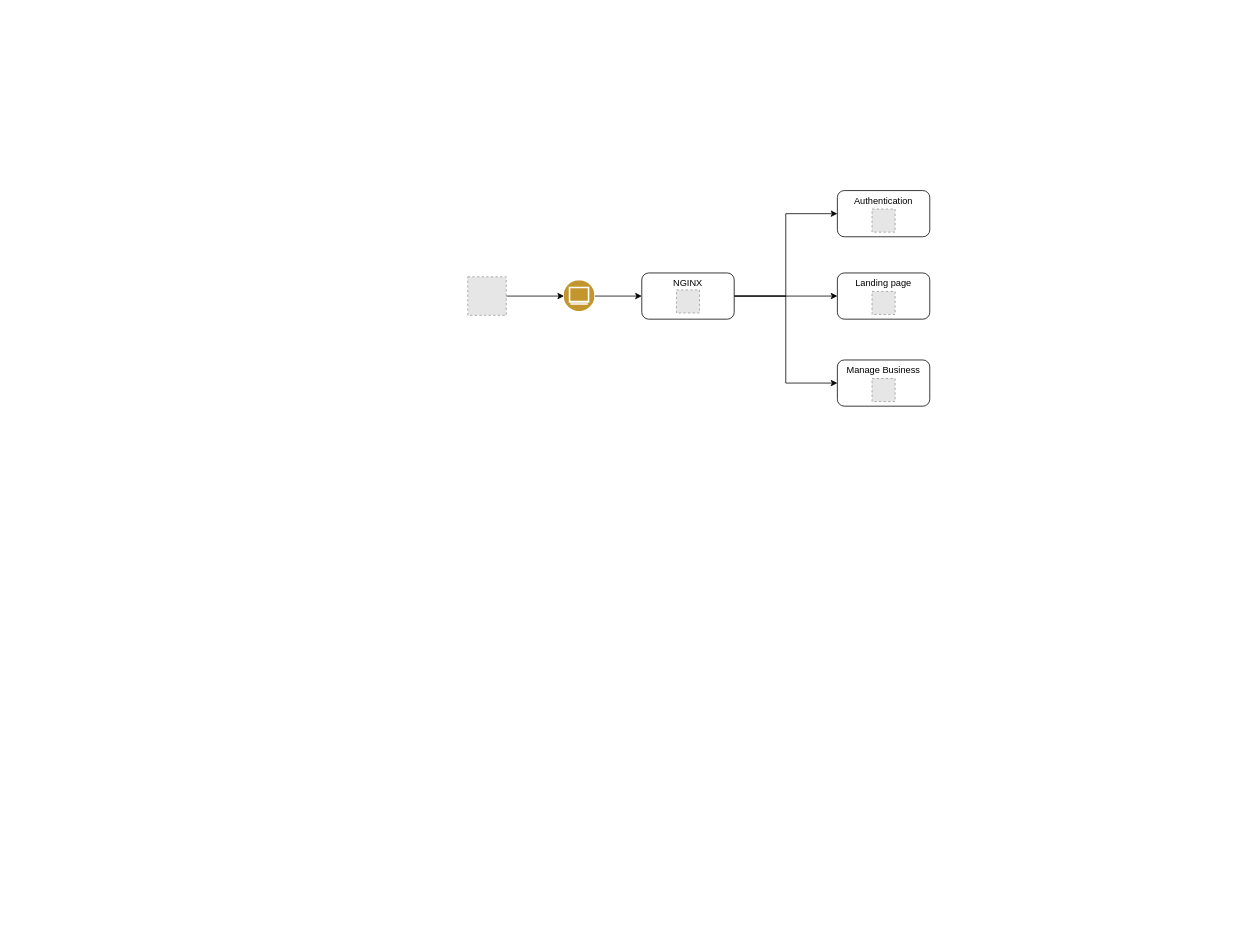
Before: ffc-ffd.drawio in DEFRA/ffc-diagrams, a draw.io diagram. Source tidied: cells renumbered, new cells numbered last; positions are measured from the earlier drawing's top-left corner, leaving out a move shared by most shapes. Both pictures are drawn from the tidied source at 77%, with x=0, y=0 at pixel (467, 190). Pictures stored in the file or linked from it are replaced by grey dashed boxes.
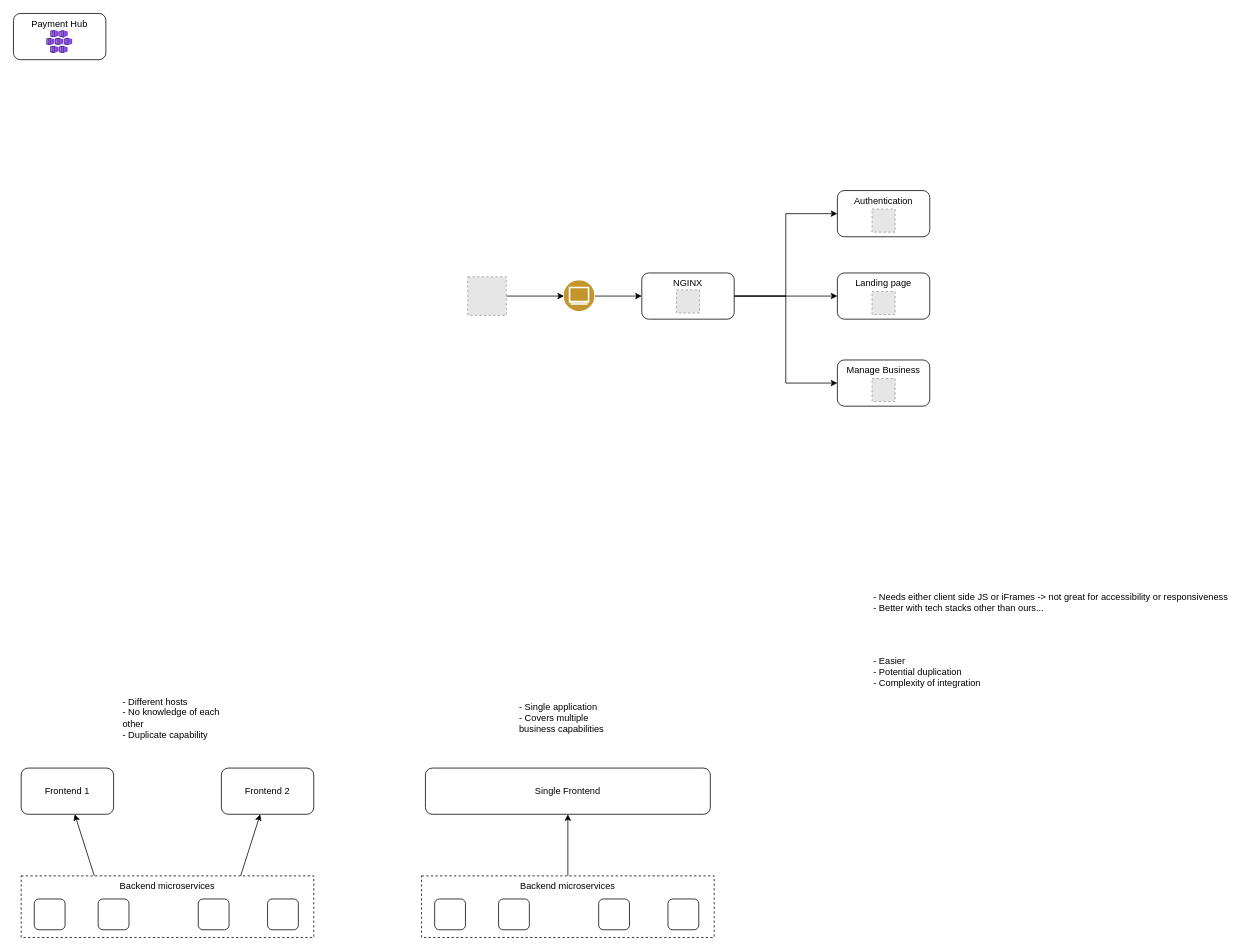
The same diagram, later.

What changed in the source:
```diff
@@
+    <mxCell id="17" value="Backend microservices" style="rounded=0;whiteSpace=wrap;html=1;verticalAlign=top;dashed=1;" parent="1" vertex="1">
+      <mxGeometry x="-580" y="890" width="380" height="80" as="geometry" />
+    </mxCell>
@@
+    <mxCell id="18" value="Payment Hub" style="rounded=1;whiteSpace=wrap;html=1;verticalAlign=top;" parent="1" vertex="1">
+      <mxGeometry x="-590" y="-230" width="120" height="60" as="geometry" />
+    </mxCell>
+    <mxCell id="19" style="image;html=1;align=center;fontSize=12;image=img/lib/azure2/compute/Kubernetes_Services.svg;" parent="1" vertex="1">
+      <mxGeometry x="-547" y="-208" width="34" height="30" as="geometry" />
+    </mxCell>
+    <mxCell id="20" value="Frontend 1" style="rounded=1;whiteSpace=wrap;html=1;" parent="1" vertex="1">
+      <mxGeometry x="-580" y="750" width="120" height="60" as="geometry" />
+    </mxCell>
+    <mxCell id="21" value="Frontend 2" style="rounded=1;whiteSpace=wrap;html=1;" parent="1" vertex="1">
+      <mxGeometry x="-320" y="750" width="120" height="60" as="geometry" />
+    </mxCell>
+    <mxCell id="22" style="rounded=1;whiteSpace=wrap;html=1;" parent="1" vertex="1">
+      <mxGeometry x="-563" y="920" width="40" height="40" as="geometry" />
+    </mxCell>
+    <mxCell id="23" style="rounded=1;whiteSpace=wrap;html=1;" parent="1" vertex="1">
+      <mxGeometry x="-480" y="920" width="40" height="40" as="geometry" />
+    </mxCell>
+    <mxCell id="24" style="rounded=1;whiteSpace=wrap;html=1;" parent="1" vertex="1">
+      <mxGeometry x="-350" y="920" width="40" height="40" as="geometry" />
+    </mxCell>
+    <mxCell id="25" style="rounded=1;whiteSpace=wrap;html=1;" parent="1" vertex="1">
+      <mxGeometry x="-260" y="920" width="40" height="40" as="geometry" />
+    </mxCell>
+    <mxCell id="26" style="endArrow=classic;html=1;rounded=0;exitX=0.75;exitY=0;exitDx=0;exitDy=0;" parent="1" edge="1" source="17" target="21">
+      <mxGeometry relative="1" as="geometry" />
+    </mxCell>
+    <mxCell id="27" style="endArrow=classic;html=1;rounded=0;exitX=0.25;exitY=0;exitDx=0;exitDy=0;" parent="1" edge="1" source="17" target="20">
+      <mxGeometry relative="1" as="geometry" />
+    </mxCell>
+    <mxCell id="28" value="- Different hosts&lt;br&gt;- No knowledge of each other&lt;br&gt;- Duplicate capability" style="text;html=1;strokeColor=none;fillColor=none;align=left;verticalAlign=middle;whiteSpace=wrap;rounded=0;" parent="1" vertex="1">
+      <mxGeometry x="-450" y="670" width="130" height="30" as="geometry" />
+    </mxCell>
+    <mxCell id="29" style="edgeStyle=orthogonalEdgeStyle;rounded=0;jettySize=auto;html=1;" parent="1" edge="1" source="30" target="31">
+      <mxGeometry relative="1" as="geometry" />
+    </mxCell>
+    <mxCell id="30" value="Backend microservices" style="rounded=0;whiteSpace=wrap;html=1;verticalAlign=top;dashed=1;" parent="1" vertex="1">
+      <mxGeometry x="-60" y="890" width="380" height="80" as="geometry" />
+    </mxCell>
+    <mxCell id="31" value="Single Frontend" style="rounded=1;whiteSpace=wrap;html=1;" parent="1" vertex="1">
+      <mxGeometry x="-55" y="750" width="370" height="60" as="geometry" />
+    </mxCell>
+    <mxCell id="32" style="rounded=1;whiteSpace=wrap;html=1;" parent="1" vertex="1">
+      <mxGeometry x="-43" y="920" width="40" height="40" as="geometry" />
+    </mxCell>
+    <mxCell id="33" style="rounded=1;whiteSpace=wrap;html=1;" parent="1" vertex="1">
+      <mxGeometry x="40" y="920" width="40" height="40" as="geometry" />
+    </mxCell>
+    <mxCell id="34" style="rounded=1;whiteSpace=wrap;html=1;" parent="1" vertex="1">
+      <mxGeometry x="170" y="920" width="40" height="40" as="geometry" />
+    </mxCell>
+    <mxCell id="35" style="rounded=1;whiteSpace=wrap;html=1;" parent="1" vertex="1">
+      <mxGeometry x="260" y="920" width="40" height="40" as="geometry" />
+    </mxCell>
+    <mxCell id="36" value="- Single application&lt;br&gt;- Covers multiple business capabilities" style="text;html=1;strokeColor=none;fillColor=none;align=left;verticalAlign=middle;whiteSpace=wrap;rounded=0;" parent="1" vertex="1">
+      <mxGeometry x="65" y="670" width="130" height="30" as="geometry" />
+    </mxCell>
+    <mxCell id="37" value="- Needs either client side JS or iFrames -&amp;gt; not great for accessibility or responsiveness&lt;br&gt;- Better with tech stacks other than ours..." style="text;html=1;strokeColor=none;fillColor=none;align=left;verticalAlign=middle;whiteSpace=wrap;rounded=0;" parent="1" vertex="1">
+      <mxGeometry x="525" y="520" width="475" height="30" as="geometry" />
+    </mxCell>
+    <mxCell id="38" value="- Easier&lt;br&gt;- Potential duplication&lt;br&gt;- Complexity of integration" style="text;html=1;strokeColor=none;fillColor=none;align=left;verticalAlign=middle;whiteSpace=wrap;rounded=0;" parent="1" vertex="1">
+      <mxGeometry x="525" y="610" width="475" height="30" as="geometry" />
+    </mxCell>
```
